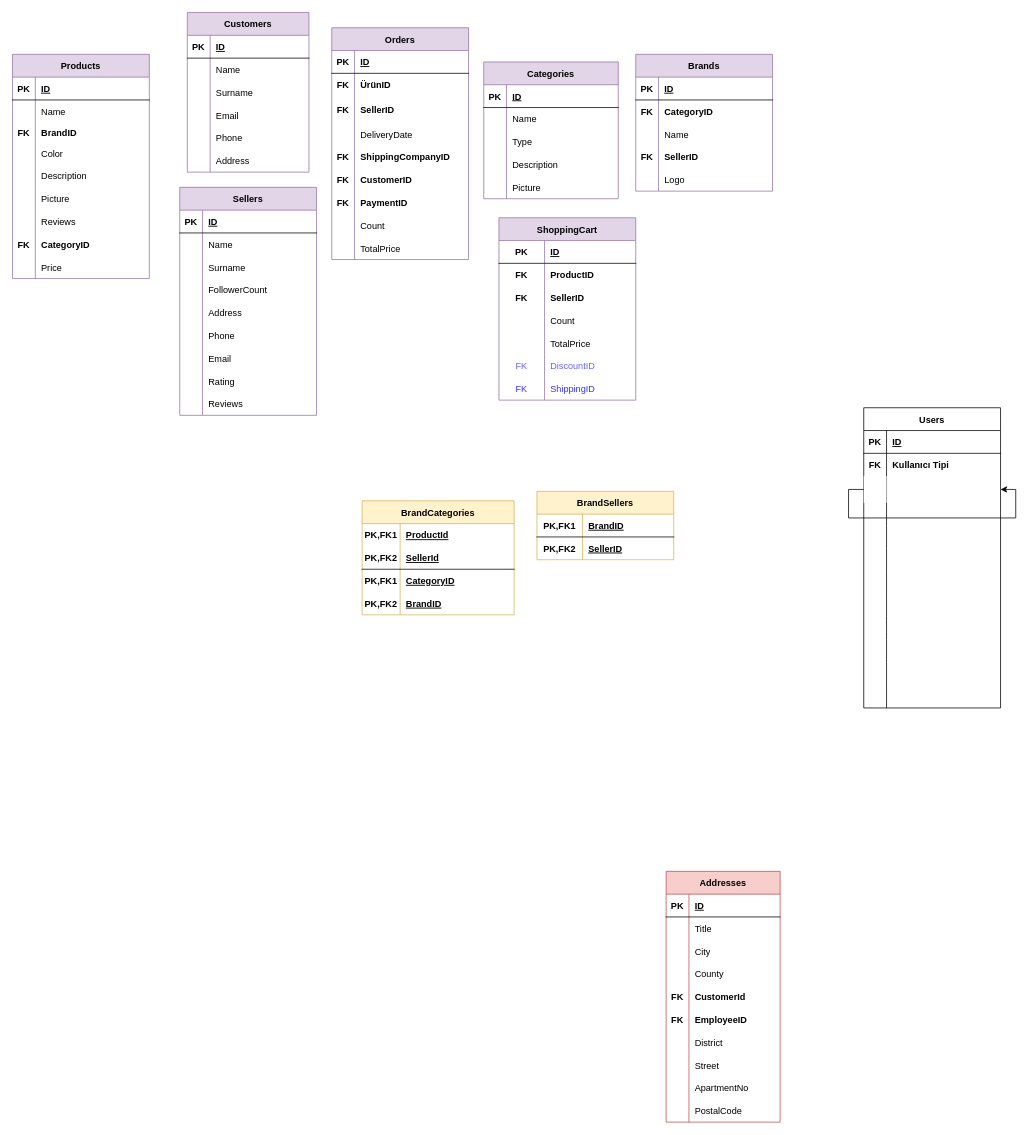
Above: Son.drawio in HandeYetisen/Python (draw.io), before the change. Source tidied: cells renumbered, new cells numbered last; positions are measured from the earlier drawing's top-left corner, leaving out a move shared by most shapes. Both pictures are drawn from the tidied source at 76%, with x=0, y=0 at pixel (12, 12).
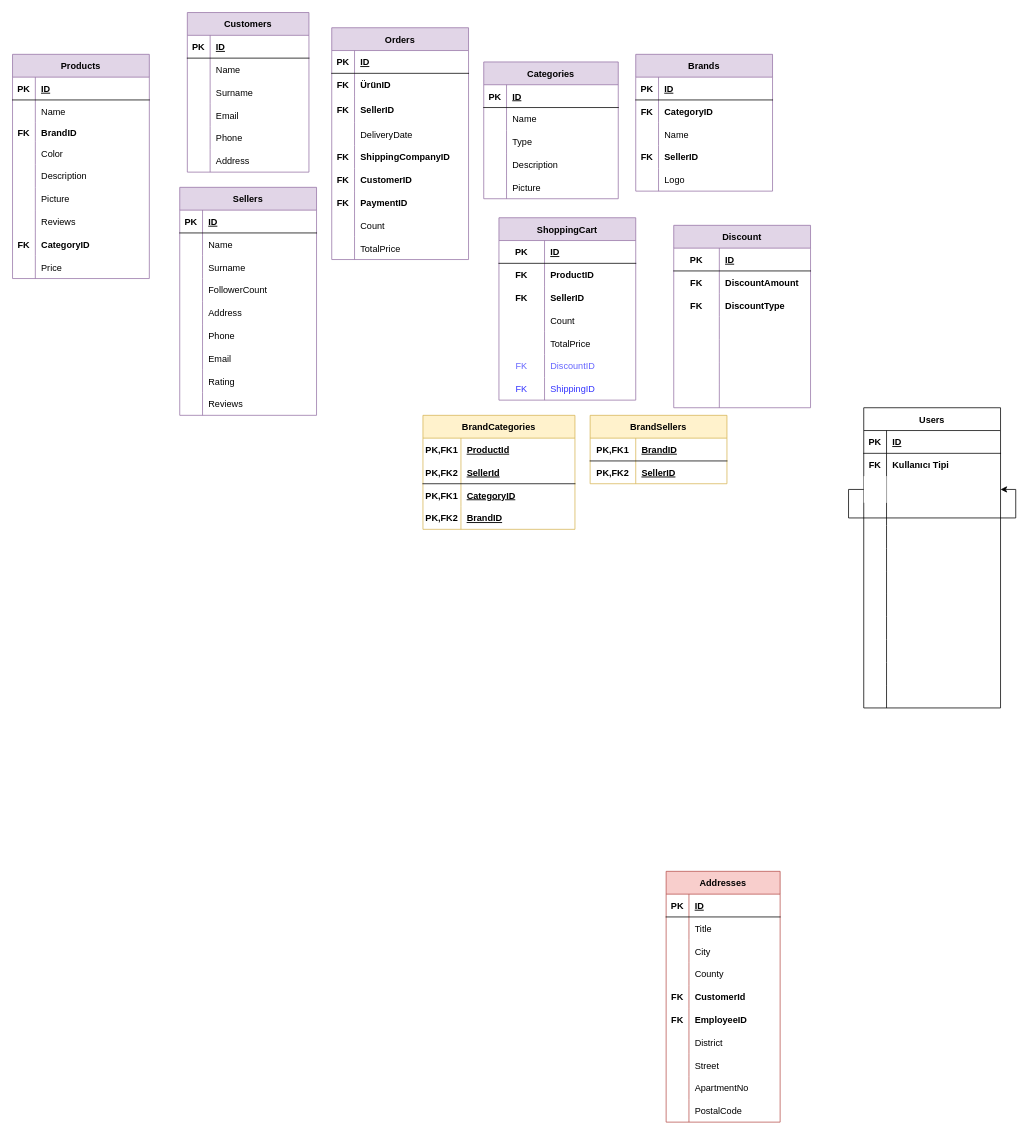
The same page after the edit.

Diff of the diagram source:
```diff
@@
     <mxCell id="207" value="BrandCategories" style="shape=table;startSize=30;childLayout=tableLayout;rowLines=0;fontStyle=1;align=center;fillColor=#fff2cc;strokeColor=#d6b656;" parent="1" vertex="1">
-      <mxGeometry x="460" y="642.5" width="200" height="150" as="geometry" />
+      <mxGeometry x="540" y="530" width="200" height="150" as="geometry" />
     </mxCell>
@@
     <mxCell id="220" value="BrandSellers" style="shape=table;startSize=30;childLayout=tableLayout;rowLines=0;fontStyle=1;align=center;fillColor=#fff2cc;strokeColor=#d6b656;" parent="1" vertex="1">
-      <mxGeometry x="690" y="630" width="180" height="90" as="geometry" />
+      <mxGeometry x="760" y="530" width="180" height="90" as="geometry" />
     </mxCell>
@@
+    <mxCell id="249" value="Discount" style="shape=table;startSize=30;childLayout=tableLayout;rowLines=0;fontStyle=1;align=center;fillColor=#e1d5e7;strokeColor=#9673a6;" parent="1" vertex="1">
+      <mxGeometry x="870" y="280" width="180" height="240" as="geometry" />
+    </mxCell>
+    <mxCell id="250" style="shape=tableRow;horizontal=0;startSize=0;swimlaneHead=0;swimlaneBody=0;fillColor=none;top=0;left=0;right=0;bottom=1;" parent="249" vertex="1">
+      <mxGeometry y="30" width="180" height="30" as="geometry" />
+    </mxCell>
+    <mxCell id="251" value="PK" style="shape=partialRectangle;fillColor=none;top=0;left=0;bottom=0;right=0;fontStyle=1;overflow=hidden;" parent="250" vertex="1">
+      <mxGeometry width="60" height="30" as="geometry" />
+    </mxCell>
+    <mxCell id="252" value="ID" style="shape=partialRectangle;fillColor=none;top=0;left=0;bottom=0;right=0;align=left;spacingLeft=6;fontStyle=5;overflow=hidden;" parent="250" vertex="1">
+      <mxGeometry x="60" width="120" height="30" as="geometry" />
+    </mxCell>
+    <mxCell id="253" style="shape=tableRow;horizontal=0;startSize=0;swimlaneHead=0;swimlaneBody=0;fillColor=none;top=0;left=0;right=0;bottom=0;" parent="249" vertex="1">
+      <mxGeometry y="60" width="180" height="30" as="geometry" />
+    </mxCell>
+    <mxCell id="254" value="FK" style="shape=partialRectangle;fillColor=none;top=0;left=0;bottom=0;right=0;overflow=hidden;fontStyle=1;" parent="253" vertex="1">
+      <mxGeometry width="60" height="30" as="geometry" />
+    </mxCell>
+    <mxCell id="255" value="DiscountAmount" style="shape=partialRectangle;fillColor=none;top=0;left=0;bottom=0;right=0;align=left;spacingLeft=6;overflow=hidden;fontStyle=1;" parent="253" vertex="1">
+      <mxGeometry x="60" width="120" height="30" as="geometry" />
+    </mxCell>
+    <mxCell id="256" style="shape=tableRow;horizontal=0;startSize=0;swimlaneHead=0;swimlaneBody=0;fillColor=none;top=0;left=0;right=0;bottom=0;" parent="249" vertex="1">
+      <mxGeometry y="90" width="180" height="30" as="geometry" />
+    </mxCell>
+    <mxCell id="257" value="FK" style="shape=partialRectangle;fillColor=none;top=0;left=0;bottom=0;right=0;overflow=hidden;fontStyle=1;" parent="256" vertex="1">
+      <mxGeometry width="60" height="30" as="geometry" />
+    </mxCell>
+    <mxCell id="258" value="DiscountType" style="shape=partialRectangle;fillColor=none;top=0;left=0;bottom=0;right=0;align=left;spacingLeft=6;overflow=hidden;fontStyle=1;" parent="256" vertex="1">
+      <mxGeometry x="60" width="120" height="30" as="geometry" />
+    </mxCell>
+    <mxCell id="259" style="shape=tableRow;horizontal=0;startSize=0;swimlaneHead=0;swimlaneBody=0;fillColor=none;top=0;left=0;right=0;bottom=0;" parent="249" vertex="1">
+      <mxGeometry y="120" width="180" height="30" as="geometry" />
+    </mxCell>
+    <mxCell id="260" style="shape=partialRectangle;fillColor=none;top=0;left=0;bottom=0;right=0;overflow=hidden;fontStyle=1;" parent="259" vertex="1">
+      <mxGeometry width="60" height="30" as="geometry" />
+    </mxCell>
+    <mxCell id="261" style="shape=partialRectangle;fillColor=none;top=0;left=0;bottom=0;right=0;align=left;spacingLeft=6;overflow=hidden;fontStyle=0;" parent="259" vertex="1">
+      <mxGeometry x="60" width="120" height="30" as="geometry" />
+    </mxCell>
+    <mxCell id="262" style="shape=tableRow;horizontal=0;startSize=0;swimlaneHead=0;swimlaneBody=0;fillColor=none;top=0;left=0;right=0;bottom=0;" parent="249" vertex="1">
+      <mxGeometry y="150" width="180" height="30" as="geometry" />
+    </mxCell>
+    <mxCell id="263" style="shape=partialRectangle;fillColor=none;top=0;left=0;bottom=0;right=0;overflow=hidden;fontStyle=1;" parent="262" vertex="1">
+      <mxGeometry width="60" height="30" as="geometry" />
+    </mxCell>
+    <mxCell id="264" style="shape=partialRectangle;fillColor=none;top=0;left=0;bottom=0;right=0;align=left;spacingLeft=6;overflow=hidden;fontStyle=0;" parent="262" vertex="1">
+      <mxGeometry x="60" width="120" height="30" as="geometry" />
+    </mxCell>
+    <mxCell id="265" style="shape=tableRow;horizontal=0;startSize=0;swimlaneHead=0;swimlaneBody=0;fillColor=none;top=0;left=0;right=0;bottom=0;" parent="249" vertex="1">
+      <mxGeometry y="180" width="180" height="30" as="geometry" />
+    </mxCell>
+    <mxCell id="266" style="shape=partialRectangle;fillColor=none;top=0;left=0;bottom=0;right=0;overflow=hidden;fontColor=#6666FF;" parent="265" vertex="1">
+      <mxGeometry width="60" height="30" as="geometry" />
+    </mxCell>
+    <mxCell id="267" style="shape=partialRectangle;fillColor=none;top=0;left=0;bottom=0;right=0;align=left;spacingLeft=6;overflow=hidden;fontColor=#6666FF;" parent="265" vertex="1">
+      <mxGeometry x="60" width="120" height="30" as="geometry" />
+    </mxCell>
+    <mxCell id="268" style="shape=tableRow;horizontal=0;startSize=0;swimlaneHead=0;swimlaneBody=0;fillColor=none;top=0;left=0;right=0;bottom=0;" parent="249" vertex="1">
+      <mxGeometry y="210" width="180" height="30" as="geometry" />
+    </mxCell>
+    <mxCell id="269" style="shape=partialRectangle;fillColor=none;top=0;left=0;bottom=0;right=0;overflow=hidden;fontColor=#3333FF;" parent="268" vertex="1">
+      <mxGeometry width="60" height="30" as="geometry" />
+    </mxCell>
+    <mxCell id="270" style="shape=partialRectangle;fillColor=none;top=0;left=0;bottom=0;right=0;align=left;spacingLeft=6;overflow=hidden;fontColor=#3333FF;" parent="268" vertex="1">
+      <mxGeometry x="60" width="120" height="30" as="geometry" />
+    </mxCell>
```
